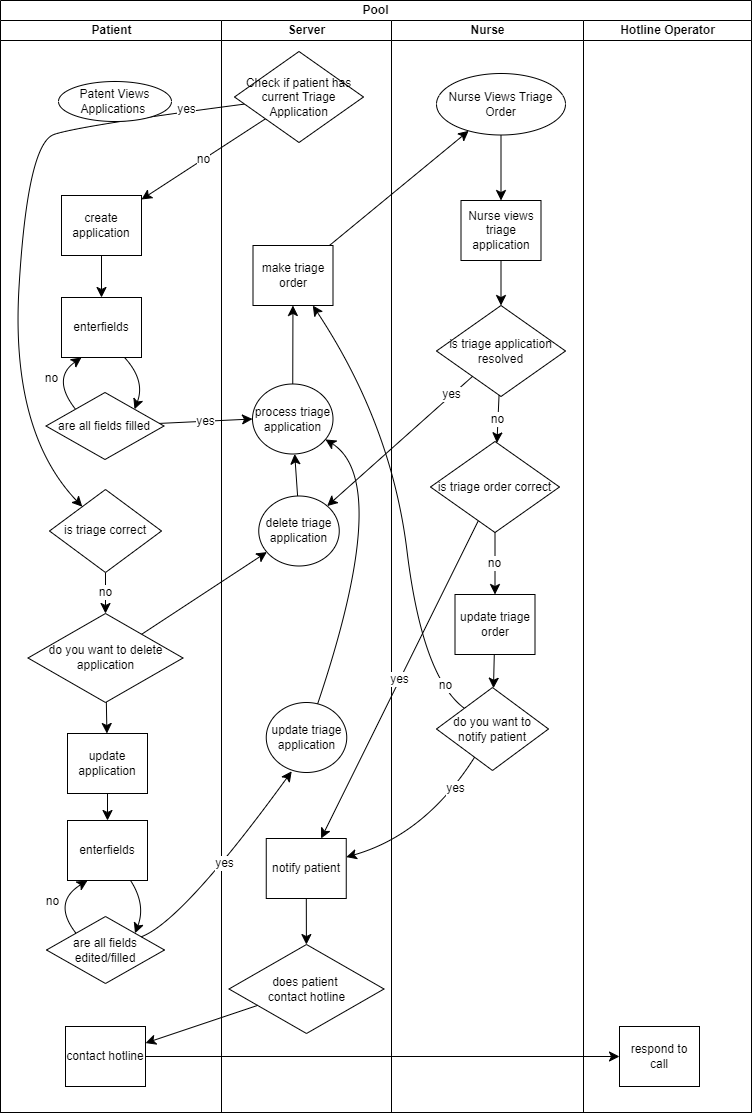
Before: Milestone2/activityDiagrams/Copy of swimlanediagram.drawio.png, a diagram exported from draw.io (SENG-350-2024-fall/Team5). Source tidied: cells renumbered, new cells last; positions are measured from the earlier drawing's top-left corner, leaving out a move shared by most shapes.
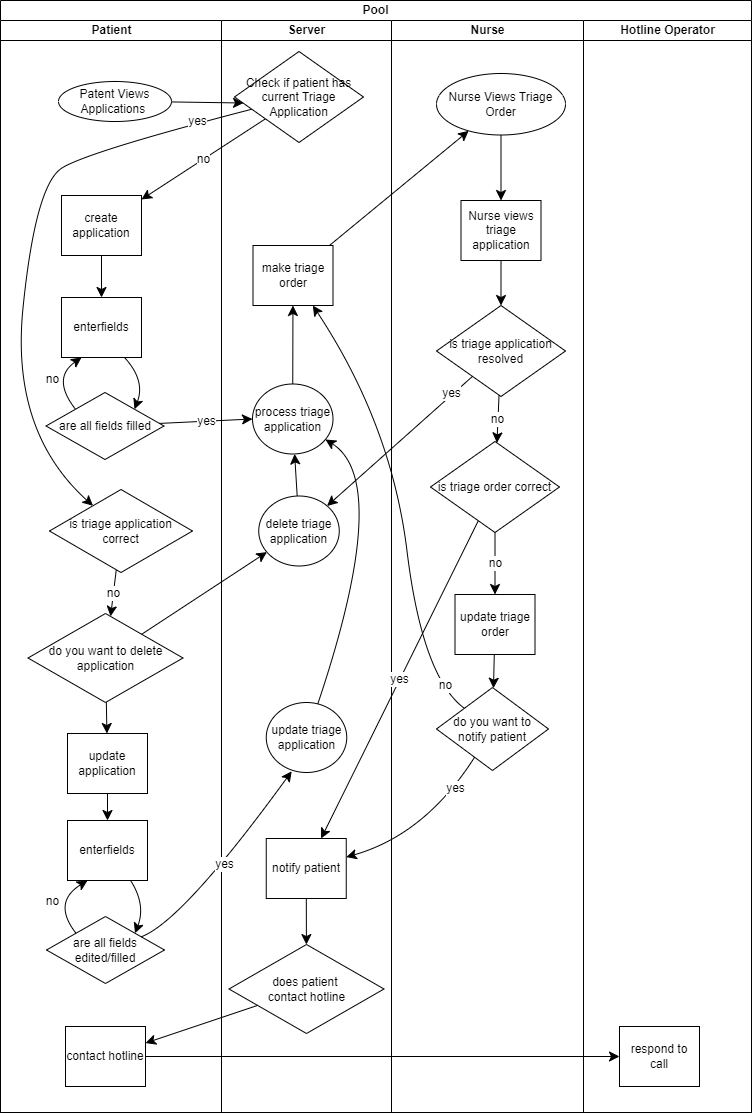
The same diagram one commit later.

Diff of the diagram source:
```diff
@@ -126,8 +126,8 @@
     <mxCell id="37" value="no" style="edgeStyle=none;curved=1;rounded=0;jettySize=auto;html=1;fontSize=12;startSize=8;endSize=8;" parent="1" edge="1" source="38" target="5">
       <mxGeometry relative="1" as="geometry" />
     </mxCell>
-    <mxCell id="38" value="is triage correct" style="rhombus;whiteSpace=wrap;html=1;fontFamily=Helvetica;fontSize=12;fontColor=#000000;align=center;" parent="1" vertex="1">
-      <mxGeometry x="49" y="489" width="112" height="83" as="geometry" />
+    <mxCell id="38" value="is triage application correct" style="rhombus;whiteSpace=wrap;html=1;fontFamily=Helvetica;fontSize=12;fontColor=#000000;align=center;" parent="1" vertex="1">
+      <mxGeometry x="49" y="489" width="143" height="83" as="geometry" />
     </mxCell>
     <mxCell id="39" style="edgeStyle=none;curved=1;rounded=0;jettySize=auto;html=1;fontSize=12;startSize=8;endSize=8;" parent="1" edge="1" source="40" target="20">
       <mxGeometry relative="1" as="geometry" />
@@ -141,8 +141,8 @@
     <mxCell id="42" value="yes" style="edgeStyle=none;curved=1;rounded=0;jettySize=auto;html=1;fontSize=12;startSize=8;endSize=8;" parent="1" edge="1" source="43" target="38">
       <mxGeometry x="-0.81" y="-2" relative="1" as="geometry">
         <Array as="points">
-          <mxPoint x="80" y="125" />
-          <mxPoint x="27" y="143" />
+          <mxPoint x="88" y="151" />
+          <mxPoint x="35" y="184" />
           <mxPoint x="10" y="431" />
         </Array>
       </mxGeometry>
@@ -215,5 +215,8 @@
         </Array>
       </mxGeometry>
     </mxCell>
+    <mxCell id="60" style="edgeStyle=none;curved=1;rounded=0;jettySize=auto;html=1;entryX=0.07;entryY=0.566;entryDx=0;entryDy=0;entryPerimeter=0;fontSize=12;startSize=8;endSize=8;" parent="1" edge="1" source="54" target="43">
+      <mxGeometry relative="1" as="geometry" />
+    </mxCell>
   </root>
 </mxGraphModel>
```
